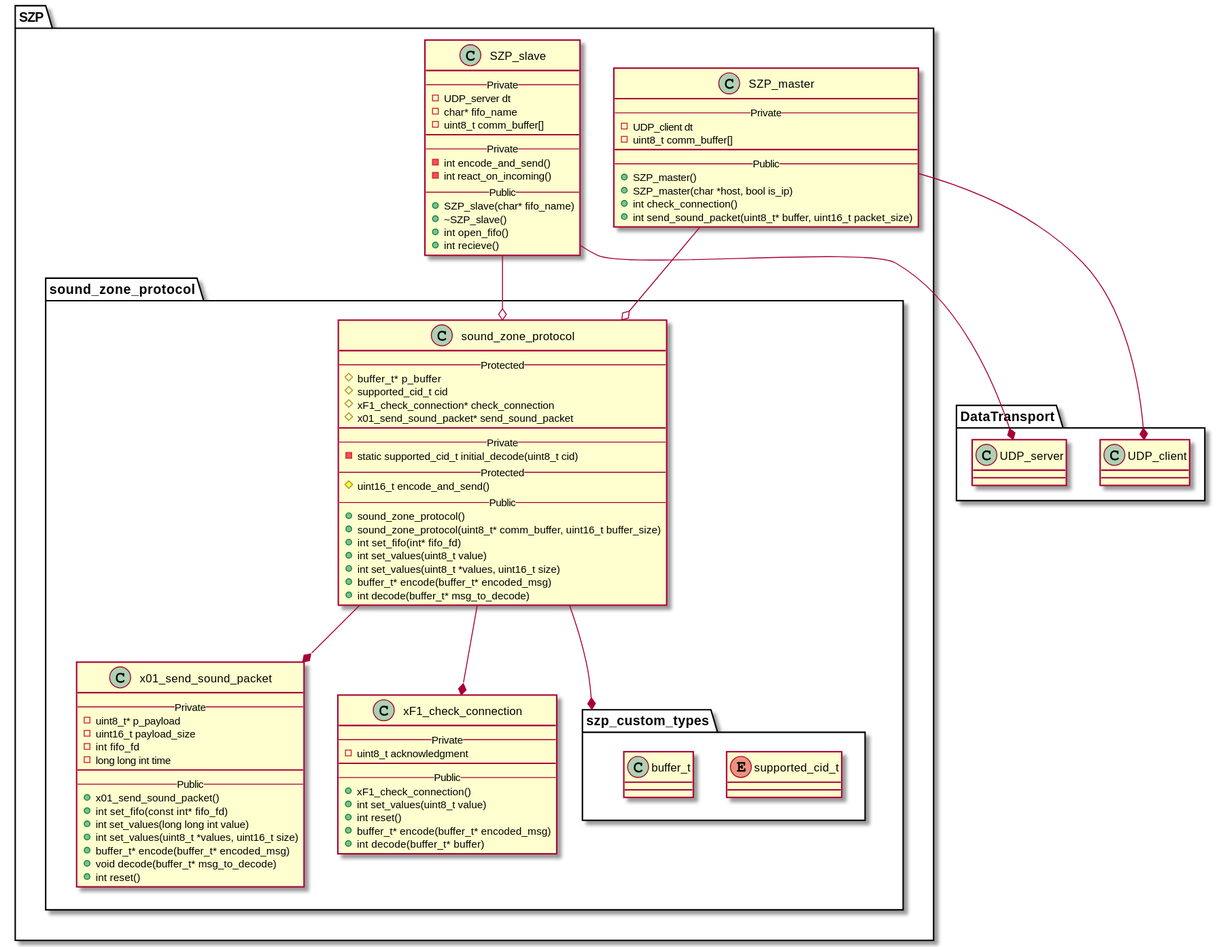
NielsDyrberg/szs_soundzone_protocol keeps this PlantUML diagram as sequence_diagrams/class_diagram.svg. Above is the earlier version.
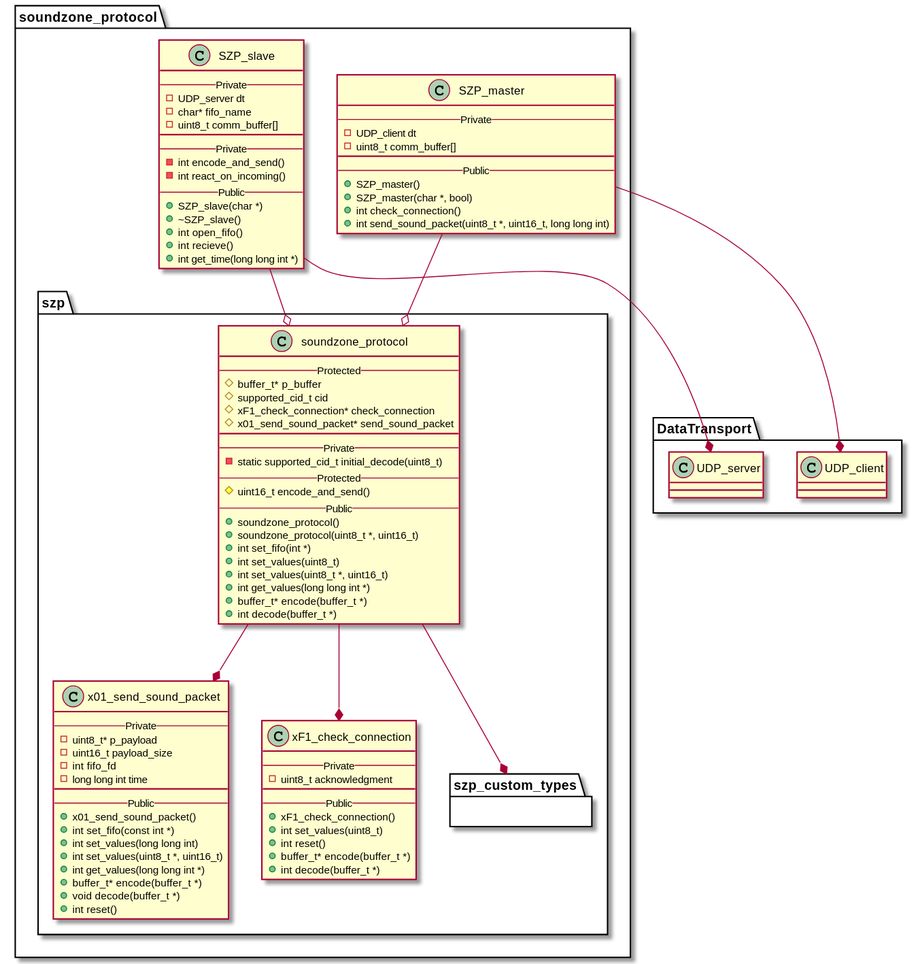
The same file after the commit.

What changed in the source:
```diff
@@ -1,20 +1,102 @@
 @startuml class_diagram
 
-package SZP {
-    SZP_master --o sound_zone_protocol
-    SZP_slave --o sound_zone_protocol
+package soundzone_protocol {
 
-    package sound_zone_protocol {
-    sound_zone_protocol --* x01_send_sound_packet
-    sound_zone_protocol --* xF1_check_connection
-    sound_zone_protocol --* szp_custom_types
+    class SZP_master{
+        --Private--
+        - UDP_client dt
+        - uint8_t comm_buffer[]
+        ___
+        --Public--
+        + SZP_master()
+        + SZP_master(char *, bool)
+        + int check_connection()
+        + int send_sound_packet(uint8_t *, uint16_t, long long int)
+    }
 
-    package szp_custom_types{
-        enum supported_cid_t{}
-        class buffer_t{}
-    }
+    class SZP_slave{
+        --Private--
+        - UDP_server dt
+        - char* fifo_name
+        - uint8_t comm_buffer[]
+        ___
+        --Private--
+        - int encode_and_send()
+        - int react_on_incoming()
+        --Public--
+        + SZP_slave(char *)
+        + ~SZP_slave()
+        + int open_fifo()
+        + int recieve()
+        + int get_time(long long int *)
+        }
+
+    package szp {
+
+        class soundzone_protocol {
+            --Protected--
+            # buffer_t* p_buffer
+            # supported_cid_t cid
+            # xF1_check_connection* check_connection
+            # x01_send_sound_packet* send_sound_packet
+            ___
+            --Private--
+            - static supported_cid_t initial_decode(uint8_t)
+            --Protected--
+            # uint16_t encode_and_send()
+            --Public--
+            + soundzone_protocol()
+            + soundzone_protocol(uint8_t *, uint16_t)
+            + int set_fifo(int *)
+            + int set_values(uint8_t)
+            + int set_values(uint8_t *, uint16_t)
+            + int get_values(long long int *)
+            + buffer_t* encode(buffer_t *)
+            + int decode(buffer_t *)
+        }
+
+        class x01_send_sound_packet {
+            --Private--
+            - uint8_t* p_payload
+            - uint16_t payload_size
+            - int fifo_fd
+            - long long int time
+            ___
+            --Public--
+            + x01_send_sound_packet()
+            + int set_fifo(const int *)
+            + int set_values(long long int)
+            + int set_values(uint8_t *, uint16_t)
+            + int get_values(long long int *)
+            + buffer_t* encode(buffer_t *)
+            + void decode(buffer_t *)
+            + int reset()
+        }
+
+        class xF1_check_connection {
+            --Private--
+            - uint8_t acknowledgment
+            ___
+            --Public--
+            + xF1_check_connection()
+            + int set_values(uint8_t)
+            + int reset()
+            + buffer_t* encode(buffer_t *)
+            + int decode(buffer_t *)
+        }
+
+
+        package szp_custom_types{
+        }
     }
 }
+
+SZP_master --o soundzone_protocol
+SZP_slave --o soundzone_protocol
+
+soundzone_protocol --* x01_send_sound_packet
+soundzone_protocol --* xF1_check_connection
+soundzone_protocol --* szp_custom_types
 
 package DataTransport{
     SZP_master --* UDP_client
@@ -24,82 +106,5 @@
     class UDP_server{}
 }
 
-class SZP_master{
-    --Private--
-    - UDP_client dt
-    - uint8_t comm_buffer[]
-    ___
-    --Public--
-    + SZP_master()
-    + SZP_master(char *host, bool is_ip)
-    + int check_connection()
-    + int send_sound_packet(uint8_t* buffer, uint16_t packet_size)
-}
-
-class SZP_slave{
-    --Private--
-    - UDP_server dt
-    - char* fifo_name
-    - uint8_t comm_buffer[]
-    ___
-    --Private--
-    - int encode_and_send()
-    - int react_on_incoming()
-    --Public--
-    + SZP_slave(char* fifo_name)
-    + ~SZP_slave()
-    + int open_fifo()
-    + int recieve()
-}
-
-class sound_zone_protocol {
-    --Protected--
-    # buffer_t* p_buffer
-    # supported_cid_t cid
-    # xF1_check_connection* check_connection
-    # x01_send_sound_packet* send_sound_packet
-    ___
-    --Private--
-    - static supported_cid_t initial_decode(uint8_t cid)
-    --Protected--
-    # uint16_t encode_and_send()
-    --Public--
-    + sound_zone_protocol()
-    + sound_zone_protocol(uint8_t* comm_buffer, uint16_t buffer_size)
-    + int set_fifo(int* fifo_fd)
-    + int set_values(uint8_t value)
-    + int set_values(uint8_t *values, uint16_t size)
-    + buffer_t* encode(buffer_t* encoded_msg)
-    + int decode(buffer_t* msg_to_decode)
-}
-
-class x01_send_sound_packet {
-    --Private--
-    - uint8_t* p_payload
-    - uint16_t payload_size
-    - int fifo_fd
-    - long long int time
-    ___
-    --Public--
-    + x01_send_sound_packet()
-    + int set_fifo(const int* fifo_fd)
-    + int set_values(long long int value)
-    + int set_values(uint8_t *values, uint16_t size)
-    + buffer_t* encode(buffer_t* encoded_msg)
-    + void decode(buffer_t* msg_to_decode)
-    + int reset()
-}
-
-class xF1_check_connection {
-    --Private--
-    - uint8_t acknowledgment
-    ___
-    --Public--
-    + xF1_check_connection()
-    + int set_values(uint8_t value)
-    + int reset()
-    + buffer_t* encode(buffer_t* encoded_msg)
-    + int decode(buffer_t* buffer)
-}
 
 @enduml
```
